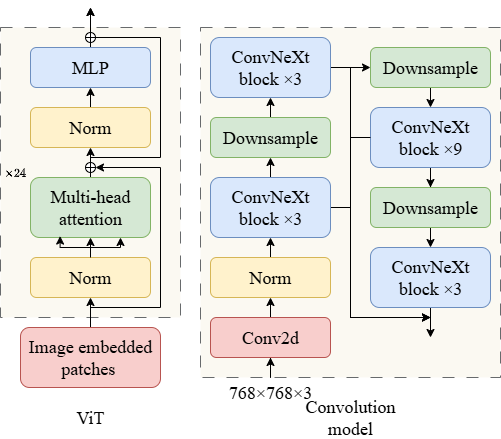
TuuSiwei/paper_image keeps this draw.io diagram as HeTu/siglip.png. Above is the earlier version. Source tidied: cells renumbered, new cells last; positions are measured from the earlier drawing's top-left corner, leaving out a move shared by most shapes.
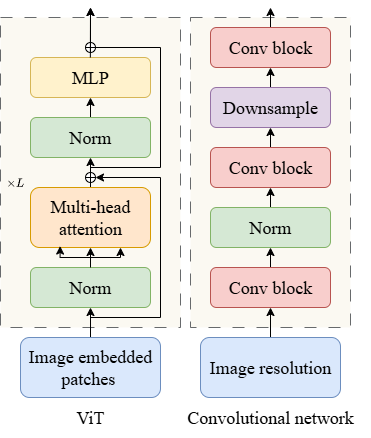
The same diagram one commit later.

What changed in the source:
```diff
@@ -3,13 +3,13 @@
     <mxCell id="0" />
     <mxCell id="1" parent="0" />
     <mxCell id="2" style="rounded=0;whiteSpace=wrap;html=1;fillColor=#f9f7ed;strokeColor=#36393d;opacity=75;fontFamily=Times New Roman;dashed=1;dashPattern=12 12;" parent="1" vertex="1">
-      <mxGeometry x="200" y="20" width="300" height="350" as="geometry" />
+      <mxGeometry x="190" width="160" height="310" as="geometry" />
     </mxCell>
     <mxCell id="3" value="&lt;span style=&quot;font-size: 18px;&quot;&gt;ViT&lt;/span&gt;" style="rounded=1;whiteSpace=wrap;html=1;fillColor=none;strokeColor=none;fontFamily=Times New Roman;" parent="1" vertex="1">
-      <mxGeometry x="30" y="390" width="120" height="40" as="geometry" />
+      <mxGeometry x="30" y="380" width="120" height="40" as="geometry" />
     </mxCell>
     <mxCell id="4" style="rounded=0;whiteSpace=wrap;html=1;fillColor=#f9f7ed;strokeColor=#36393d;opacity=75;fontFamily=Times New Roman;dashed=1;dashPattern=12 12;" parent="1" vertex="1">
-      <mxGeometry y="20" width="180" height="290" as="geometry" />
+      <mxGeometry width="180" height="310" as="geometry" />
     </mxCell>
     <mxCell id="5" style="edgeStyle=orthogonalEdgeStyle;rounded=0;jettySize=auto;html=1;exitX=0.5;exitY=0;exitDx=0;exitDy=0;entryX=0.5;entryY=1;entryDx=0;entryDy=0;fontFamily=Times New Roman;" parent="1" edge="1" source="7" target="10">
       <mxGeometry relative="1" as="geometry" />
@@ -23,7 +23,7 @@
         </Array>
       </mxGeometry>
     </mxCell>
-    <mxCell id="7" value="&lt;font style=&quot;font-size: 18px;&quot;&gt;Image embedded&lt;/font&gt;&lt;div&gt;&lt;font style=&quot;font-size: 18px;&quot;&gt;patches&amp;nbsp;&lt;/font&gt;&lt;/div&gt;" style="rounded=1;whiteSpace=wrap;html=1;fillColor=#f8cecc;strokeColor=#b85450;fontFamily=Times New Roman;" parent="1" vertex="1">
+    <mxCell id="7" value="&lt;font style=&quot;font-size: 18px;&quot;&gt;Image embedded&lt;/font&gt;&lt;div&gt;&lt;font style=&quot;font-size: 18px;&quot;&gt;patches&amp;nbsp;&lt;/font&gt;&lt;/div&gt;" style="rounded=1;whiteSpace=wrap;html=1;fillColor=#dae8fc;strokeColor=#6c8ebf;fontFamily=Times New Roman;" parent="1" vertex="1">
       <mxGeometry x="20" y="320" width="140" height="60" as="geometry" />
     </mxCell>
     <mxCell id="8" style="edgeStyle=orthogonalEdgeStyle;rounded=0;jettySize=auto;html=1;exitX=0.5;exitY=0;exitDx=0;exitDy=0;entryX=0.5;entryY=1;entryDx=0;entryDy=0;fontFamily=Times New Roman;" parent="1" edge="1" source="10" target="13">
@@ -37,7 +37,7 @@
         </Array>
       </mxGeometry>
     </mxCell>
-    <mxCell id="10" value="&lt;font&gt;&lt;span style=&quot;font-size: 18px;&quot;&gt;Norm&lt;/span&gt;&lt;/font&gt;" style="rounded=1;whiteSpace=wrap;html=1;fillColor=#fff2cc;strokeColor=#d6b656;fontFamily=Times New Roman;" parent="1" vertex="1">
+    <mxCell id="10" value="&lt;font&gt;&lt;span style=&quot;font-size: 18px;&quot;&gt;Norm&lt;/span&gt;&lt;/font&gt;" style="rounded=1;whiteSpace=wrap;html=1;fillColor=#d5e8d4;strokeColor=#82b366;fontFamily=Times New Roman;" parent="1" vertex="1">
       <mxGeometry x="30" y="250" width="120" height="40" as="geometry" />
     </mxCell>
     <mxCell id="11" style="edgeStyle=orthogonalEdgeStyle;rounded=0;jettySize=auto;html=1;exitX=0.5;exitY=0;exitDx=0;exitDy=0;entryX=0.5;entryY=1;entryDx=0;entryDy=0;fontFamily=Times New Roman;" parent="1" edge="1" source="13" target="15">
@@ -45,7 +45,7 @@
     </mxCell>
     <mxCell id="12" style="edgeStyle=orthogonalEdgeStyle;rounded=0;jettySize=auto;html=1;exitX=0.5;exitY=0;exitDx=0;exitDy=0;fontFamily=Times New Roman;" parent="1" edge="1" source="13">
       <mxGeometry relative="1" as="geometry">
-        <mxPoint x="90" as="targetPoint" />
+        <mxPoint x="90" y="-10" as="targetPoint" />
         <Array as="points">
           <mxPoint x="90" y="150" />
           <mxPoint x="160" y="150" />
@@ -54,21 +54,16 @@
         </Array>
       </mxGeometry>
     </mxCell>
-    <mxCell id="13" value="&lt;font&gt;&lt;span style=&quot;font-size: 18px;&quot;&gt;Multi-head&lt;/span&gt;&lt;/font&gt;&lt;div&gt;&lt;font&gt;&lt;span style=&quot;font-size: 18px;&quot;&gt;attention&lt;/span&gt;&lt;/font&gt;&lt;/div&gt;" style="rounded=1;whiteSpace=wrap;html=1;fillColor=#d5e8d4;strokeColor=#82b366;fontFamily=Times New Roman;" parent="1" vertex="1">
+    <mxCell id="13" value="&lt;font&gt;&lt;span style=&quot;font-size: 18px;&quot;&gt;Multi-head&lt;/span&gt;&lt;/font&gt;&lt;div&gt;&lt;font&gt;&lt;span style=&quot;font-size: 18px;&quot;&gt;attention&lt;/span&gt;&lt;/font&gt;&lt;/div&gt;" style="rounded=1;whiteSpace=wrap;html=1;fillColor=#ffe6cc;strokeColor=#d79b00;fontFamily=Times New Roman;" parent="1" vertex="1">
       <mxGeometry x="30" y="170" width="120" height="60" as="geometry" />
     </mxCell>
     <mxCell id="14" style="edgeStyle=orthogonalEdgeStyle;rounded=0;jettySize=auto;html=1;exitX=0.5;exitY=0;exitDx=0;exitDy=0;entryX=0.5;entryY=1;entryDx=0;entryDy=0;fontFamily=Times New Roman;" parent="1" edge="1" source="15" target="17">
       <mxGeometry relative="1" as="geometry" />
     </mxCell>
-    <mxCell id="15" value="&lt;font&gt;&lt;span style=&quot;font-size: 18px;&quot;&gt;Norm&lt;/span&gt;&lt;/font&gt;" style="rounded=1;whiteSpace=wrap;html=1;fillColor=#fff2cc;strokeColor=#d6b656;fontFamily=Times New Roman;" parent="1" vertex="1">
+    <mxCell id="15" value="&lt;font&gt;&lt;span style=&quot;font-size: 18px;&quot;&gt;Norm&lt;/span&gt;&lt;/font&gt;" style="rounded=1;whiteSpace=wrap;html=1;fillColor=#d5e8d4;strokeColor=#82b366;fontFamily=Times New Roman;" parent="1" vertex="1">
       <mxGeometry x="30" y="100" width="120" height="40" as="geometry" />
     </mxCell>
-    <mxCell id="16" style="edgeStyle=orthogonalEdgeStyle;rounded=0;jettySize=auto;html=1;exitX=0.5;exitY=0;exitDx=0;exitDy=0;fontFamily=Times New Roman;" parent="1" edge="1" source="17">
-      <mxGeometry relative="1" as="geometry">
-        <mxPoint x="90" as="targetPoint" />
-      </mxGeometry>
-    </mxCell>
-    <mxCell id="17" value="&lt;font&gt;&lt;span style=&quot;font-size: 18px;&quot;&gt;MLP&lt;/span&gt;&lt;/font&gt;" style="rounded=1;whiteSpace=wrap;html=1;fillColor=#dae8fc;strokeColor=#6c8ebf;fontFamily=Times New Roman;" parent="1" vertex="1">
+    <mxCell id="17" value="&lt;font&gt;&lt;span style=&quot;font-size: 18px;&quot;&gt;MLP&lt;/span&gt;&lt;/font&gt;" style="rounded=1;whiteSpace=wrap;html=1;fillColor=#fff2cc;strokeColor=#d6b656;fontFamily=Times New Roman;" parent="1" vertex="1">
       <mxGeometry x="30" y="40" width="120" height="40" as="geometry" />
     </mxCell>
     <mxCell id="18" style="edgeStyle=orthogonalEdgeStyle;rounded=0;jettySize=auto;html=1;exitX=0.5;exitY=0;exitDx=0;exitDy=0;entryX=0.247;entryY=0.976;entryDx=0;entryDy=0;entryPerimeter=0;fontFamily=Times New Roman;" parent="1" edge="1" source="10" target="13">
@@ -85,100 +80,57 @@
     <mxCell id="20" style="verticalLabelPosition=bottom;verticalAlign=top;html=1;shape=mxgraph.flowchart.summing_function;fontFamily=Times New Roman;" parent="1" vertex="1">
       <mxGeometry x="85" y="25" width="10" height="10" as="geometry" />
     </mxCell>
-    <mxCell id="21" value="$$\times 24$$" style="rounded=1;whiteSpace=wrap;html=1;fillColor=none;strokeColor=none;fontFamily=Times New Roman;" parent="1" vertex="1">
+    <mxCell id="21" value="$$\times L$$" style="rounded=1;whiteSpace=wrap;html=1;fillColor=none;strokeColor=none;fontFamily=Times New Roman;" parent="1" vertex="1">
       <mxGeometry y="150" width="30" height="30" as="geometry" />
     </mxCell>
-    <mxCell id="22" value="&lt;font style=&quot;font-size: 18px;&quot;&gt;Convolution&lt;/font&gt;&lt;div&gt;&lt;font style=&quot;font-size: 18px;&quot;&gt;model&lt;/font&gt;&lt;/div&gt;" style="rounded=1;whiteSpace=wrap;html=1;fillColor=none;strokeColor=none;fontFamily=Times New Roman;" parent="1" vertex="1">
-      <mxGeometry x="290" y="390" width="120" height="40" as="geometry" />
+    <mxCell id="22" value="&lt;font style=&quot;font-size: 18px;&quot;&gt;Convolutional&amp;nbsp;&lt;/font&gt;&lt;span style=&quot;font-size: 18px; background-color: transparent; color: light-dark(rgb(0, 0, 0), rgb(255, 255, 255));&quot;&gt;network&lt;/span&gt;" style="rounded=1;whiteSpace=wrap;html=1;fillColor=none;strokeColor=none;fontFamily=Times New Roman;" parent="1" vertex="1">
+      <mxGeometry x="170" y="380" width="200" height="40" as="geometry" />
     </mxCell>
-    <mxCell id="23" style="edgeStyle=orthogonalEdgeStyle;rounded=0;jettySize=auto;html=1;entryX=0.5;entryY=1;entryDx=0;entryDy=0;fontFamily=Times New Roman;" parent="1" edge="1" source="24" target="26">
-      <mxGeometry relative="1" as="geometry" />
-    </mxCell>
-    <mxCell id="24" value="&lt;font style=&quot;font-size: 18px;&quot;&gt;768×768×3&lt;/font&gt;" style="rounded=1;whiteSpace=wrap;html=1;fillColor=none;strokeColor=none;fontFamily=Times New Roman;" parent="1" vertex="1">
-      <mxGeometry x="210" y="370" width="120" height="30" as="geometry" />
-    </mxCell>
     <mxCell id="25" style="edgeStyle=orthogonalEdgeStyle;rounded=0;jettySize=auto;html=1;exitX=0.5;exitY=0;exitDx=0;exitDy=0;entryX=0.5;entryY=1;entryDx=0;entryDy=0;fontFamily=Times New Roman;" parent="1" edge="1" source="26" target="28">
       <mxGeometry relative="1" as="geometry" />
     </mxCell>
-    <mxCell id="26" value="&lt;font&gt;&lt;span style=&quot;font-size: 18px;&quot;&gt;Conv2d&lt;/span&gt;&lt;/font&gt;" style="rounded=1;whiteSpace=wrap;html=1;fillColor=#f8cecc;strokeColor=#b85450;fontFamily=Times New Roman;" parent="1" vertex="1">
-      <mxGeometry x="210" y="310" width="120" height="40" as="geometry" />
+    <mxCell id="26" value="&lt;span style=&quot;font-size: 18px;&quot;&gt;Conv block&lt;/span&gt;" style="rounded=1;whiteSpace=wrap;html=1;fillColor=#f8cecc;strokeColor=#b85450;fontFamily=Times New Roman;" parent="1" vertex="1">
+      <mxGeometry x="210" y="250" width="120" height="40" as="geometry" />
     </mxCell>
     <mxCell id="27" style="edgeStyle=orthogonalEdgeStyle;rounded=0;jettySize=auto;html=1;exitX=0.5;exitY=0;exitDx=0;exitDy=0;entryX=0.5;entryY=1;entryDx=0;entryDy=0;fontFamily=Times New Roman;" parent="1" edge="1" source="28" target="31">
       <mxGeometry relative="1" as="geometry" />
     </mxCell>
-    <mxCell id="28" value="&lt;span style=&quot;font-size: 18px;&quot;&gt;Norm&lt;/span&gt;" style="rounded=1;whiteSpace=wrap;html=1;fillColor=#fff2cc;strokeColor=#d6b656;fontFamily=Times New Roman;" parent="1" vertex="1">
-      <mxGeometry x="210" y="250" width="120" height="40" as="geometry" />
+    <mxCell id="28" value="&lt;span style=&quot;font-size: 18px;&quot;&gt;Norm&lt;/span&gt;" style="rounded=1;whiteSpace=wrap;html=1;fillColor=#d5e8d4;strokeColor=#82b366;fontFamily=Times New Roman;" parent="1" vertex="1">
+      <mxGeometry x="210" y="190" width="120" height="40" as="geometry" />
     </mxCell>
     <mxCell id="29" style="edgeStyle=orthogonalEdgeStyle;rounded=0;jettySize=auto;html=1;exitX=0.5;exitY=0;exitDx=0;exitDy=0;entryX=0.5;entryY=1;entryDx=0;entryDy=0;fontFamily=Times New Roman;" parent="1" edge="1" source="31" target="33">
       <mxGeometry relative="1" as="geometry" />
     </mxCell>
-    <mxCell id="30" style="edgeStyle=orthogonalEdgeStyle;rounded=0;jettySize=auto;html=1;exitX=1;exitY=0.5;exitDx=0;exitDy=0;fontFamily=Times New Roman;" parent="1" edge="1" source="31">
-      <mxGeometry relative="1" as="geometry">
-        <mxPoint x="430" y="310" as="targetPoint" />
-        <Array as="points">
-          <mxPoint x="350" y="200" />
-          <mxPoint x="350" y="310" />
-        </Array>
-      </mxGeometry>
-    </mxCell>
-    <mxCell id="31" value="&lt;span style=&quot;font-size: 18px;&quot;&gt;ConvNeXt block ×3&lt;/span&gt;" style="rounded=1;whiteSpace=wrap;html=1;fillColor=#dae8fc;strokeColor=#6c8ebf;fontFamily=Times New Roman;" parent="1" vertex="1">
-      <mxGeometry x="210" y="170" width="120" height="60" as="geometry" />
+    <mxCell id="31" value="&lt;span style=&quot;font-size: 18px;&quot;&gt;Conv block&lt;/span&gt;" style="rounded=1;whiteSpace=wrap;html=1;fillColor=#f8cecc;strokeColor=#b85450;fontFamily=Times New Roman;" parent="1" vertex="1">
+      <mxGeometry x="210" y="130" width="120" height="40" as="geometry" />
     </mxCell>
-    <mxCell id="32" style="edgeStyle=orthogonalEdgeStyle;rounded=0;jettySize=auto;html=1;exitX=0.5;exitY=0;exitDx=0;exitDy=0;entryX=0.5;entryY=1;entryDx=0;entryDy=0;fontFamily=Times New Roman;" parent="1" edge="1" source="33" target="36">
-      <mxGeometry relative="1" as="geometry" />
+    <mxCell id="32" style="edgeStyle=orthogonalEdgeStyle;rounded=0;jettySize=auto;html=1;exitX=0.5;exitY=0;exitDx=0;exitDy=0;fontFamily=Times New Roman;" parent="1" edge="1" source="33">
+      <mxGeometry relative="1" as="geometry">
+        <mxPoint x="270" y="50" as="targetPoint" />
+      </mxGeometry>
     </mxCell>
-    <mxCell id="33" value="&lt;span style=&quot;font-size: 18px;&quot;&gt;Downsample&lt;/span&gt;" style="rounded=1;whiteSpace=wrap;html=1;fillColor=#d5e8d4;strokeColor=#82b366;fontFamily=Times New Roman;" parent="1" vertex="1">
-      <mxGeometry x="210" y="110" width="120" height="40" as="geometry" />
+    <mxCell id="33" value="&lt;span style=&quot;font-size: 18px;&quot;&gt;Downsample&lt;/span&gt;" style="rounded=1;whiteSpace=wrap;html=1;fillColor=#e1d5e7;strokeColor=#9673a6;fontFamily=Times New Roman;" parent="1" vertex="1">
+      <mxGeometry x="210" y="70" width="120" height="40" as="geometry" />
     </mxCell>
-    <mxCell id="34" style="edgeStyle=orthogonalEdgeStyle;rounded=0;jettySize=auto;html=1;exitX=1;exitY=0.5;exitDx=0;exitDy=0;entryX=0;entryY=0.5;entryDx=0;entryDy=0;fontFamily=Times New Roman;" parent="1" edge="1" source="36" target="38">
-      <mxGeometry relative="1" as="geometry" />
-    </mxCell>
-    <mxCell id="35" style="edgeStyle=orthogonalEdgeStyle;rounded=0;jettySize=auto;html=1;exitX=1;exitY=0.5;exitDx=0;exitDy=0;fontFamily=Times New Roman;" parent="1" edge="1" source="36">
-      <mxGeometry relative="1" as="geometry">
-        <mxPoint x="430" y="310" as="targetPoint" />
-        <Array as="points">
-          <mxPoint x="350" y="60" />
-          <mxPoint x="350" y="310" />
-        </Array>
-      </mxGeometry>
-    </mxCell>
-    <mxCell id="36" value="&lt;span style=&quot;font-size: 18px;&quot;&gt;ConvNeXt block ×3&lt;/span&gt;" style="rounded=1;whiteSpace=wrap;html=1;fillColor=#dae8fc;strokeColor=#6c8ebf;fontFamily=Times New Roman;" parent="1" vertex="1">
-      <mxGeometry x="210" y="30" width="120" height="60" as="geometry" />
-    </mxCell>
-    <mxCell id="37" style="edgeStyle=orthogonalEdgeStyle;rounded=0;jettySize=auto;html=1;exitX=0.5;exitY=1;exitDx=0;exitDy=0;entryX=0.5;entryY=0;entryDx=0;entryDy=0;fontFamily=Times New Roman;" parent="1" edge="1" source="38" target="40">
-      <mxGeometry relative="1" as="geometry" />
-    </mxCell>
-    <mxCell id="38" value="&lt;span style=&quot;font-size: 18px;&quot;&gt;Downsample&lt;/span&gt;" style="rounded=1;whiteSpace=wrap;html=1;fillColor=#d5e8d4;strokeColor=#82b366;fontFamily=Times New Roman;" parent="1" vertex="1">
-      <mxGeometry x="370" y="40" width="120" height="40" as="geometry" />
-    </mxCell>
-    <mxCell id="39" style="edgeStyle=orthogonalEdgeStyle;rounded=0;jettySize=auto;html=1;entryX=0.5;entryY=0;entryDx=0;entryDy=0;fontFamily=Times New Roman;" parent="1" edge="1" source="40" target="42">
-      <mxGeometry relative="1" as="geometry" />
-    </mxCell>
-    <mxCell id="40" value="&lt;span style=&quot;font-size: 18px;&quot;&gt;ConvNeXt block ×9&lt;/span&gt;" style="rounded=1;whiteSpace=wrap;html=1;fillColor=#dae8fc;strokeColor=#6c8ebf;fontFamily=Times New Roman;" parent="1" vertex="1">
-      <mxGeometry x="370" y="100" width="120" height="60" as="geometry" />
-    </mxCell>
-    <mxCell id="41" style="edgeStyle=orthogonalEdgeStyle;rounded=0;jettySize=auto;html=1;exitX=0.5;exitY=1;exitDx=0;exitDy=0;entryX=0.5;entryY=0;entryDx=0;entryDy=0;fontFamily=Times New Roman;" parent="1" edge="1" source="42" target="44">
-      <mxGeometry relative="1" as="geometry" />
-    </mxCell>
-    <mxCell id="42" value="&lt;span style=&quot;font-size: 18px;&quot;&gt;Downsample&lt;/span&gt;" style="rounded=1;whiteSpace=wrap;html=1;fillColor=#d5e8d4;strokeColor=#82b366;fontFamily=Times New Roman;" parent="1" vertex="1">
-      <mxGeometry x="370" y="180" width="120" height="40" as="geometry" />
-    </mxCell>
-    <mxCell id="43" style="edgeStyle=orthogonalEdgeStyle;rounded=0;jettySize=auto;html=1;exitX=0.5;exitY=1;exitDx=0;exitDy=0;fontFamily=Times New Roman;" parent="1" edge="1" source="44">
-      <mxGeometry relative="1" as="geometry">
-        <mxPoint x="430" y="330" as="targetPoint" />
-      </mxGeometry>
-    </mxCell>
-    <mxCell id="44" value="&lt;span style=&quot;font-size: 18px;&quot;&gt;ConvNeXt block ×3&lt;/span&gt;" style="rounded=1;whiteSpace=wrap;html=1;fillColor=#dae8fc;strokeColor=#6c8ebf;fontFamily=Times New Roman;" parent="1" vertex="1">
-      <mxGeometry x="370" y="240" width="120" height="60" as="geometry" />
-    </mxCell>
-    <mxCell id="45" style="edgeStyle=orthogonalEdgeStyle;rounded=0;jettySize=auto;html=1;exitX=0;exitY=0.5;exitDx=0;exitDy=0;fontFamily=Times New Roman;" parent="1" edge="1" source="40">
-      <mxGeometry relative="1" as="geometry">
-        <mxPoint x="430" y="310" as="targetPoint" />
-        <Array as="points">
-          <mxPoint x="350" y="130" />
-          <mxPoint x="350" y="310" />
-        </Array>
-      </mxGeometry>
-    </mxCell>
+    <mxCell id="46" style="edgeStyle=orthogonalEdgeStyle;rounded=0;jettySize=auto;html=1;" parent="1" edge="1" source="47">
+      <mxGeometry relative="1" as="geometry">
+        <mxPoint x="270" y="-10" as="targetPoint" />
+      </mxGeometry>
+    </mxCell>
+    <mxCell id="47" value="&lt;span style=&quot;font-size: 18px;&quot;&gt;Conv block&lt;/span&gt;" style="rounded=1;whiteSpace=wrap;html=1;fillColor=#f8cecc;strokeColor=#b85450;fontFamily=Times New Roman;" parent="1" vertex="1">
+      <mxGeometry x="210" y="10" width="120" height="40" as="geometry" />
+    </mxCell>
+    <mxCell id="48" style="edgeStyle=orthogonalEdgeStyle;rounded=0;jettySize=auto;html=1;exitX=0.5;exitY=0;exitDx=0;exitDy=0;entryX=0.5;entryY=1;entryDx=0;entryDy=0;" parent="1" edge="1" source="49" target="26">
+      <mxGeometry relative="1" as="geometry" />
+    </mxCell>
+    <mxCell id="49" value="&lt;span style=&quot;font-size: 18px;&quot;&gt;Image resolution&lt;/span&gt;" style="rounded=1;whiteSpace=wrap;html=1;fillColor=#dae8fc;strokeColor=#6c8ebf;fontFamily=Times New Roman;" parent="1" vertex="1">
+      <mxGeometry x="200" y="320" width="140" height="60" as="geometry" />
+    </mxCell>
+    <mxCell id="50" style="endArrow=classic;html=1;rounded=0;" parent="1" edge="1">
+      <mxGeometry relative="1" as="geometry">
+        <mxPoint x="89.9" y="40" as="sourcePoint" />
+        <mxPoint x="90" y="-10" as="targetPoint" />
+      </mxGeometry>
+    </mxCell>
   </root>
 </mxGraphModel>
```
